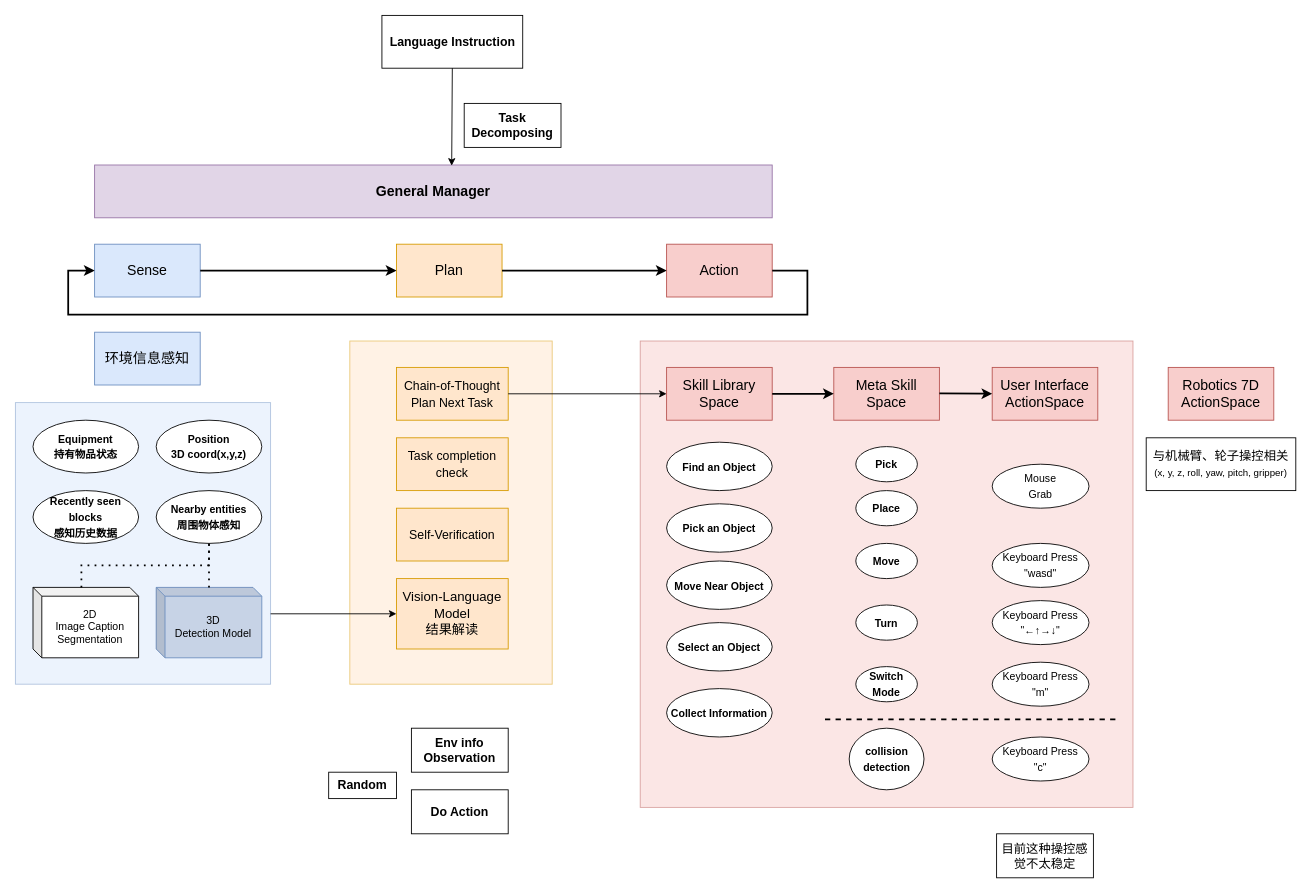
Earlier version of the draw.io diagram assets/PPP-framework.drawio (cpfy/drawio). Source tidied: cells renumbered, new cells numbered last; positions are measured from the earlier drawing's top-left corner, leaving out a move shared by most shapes. Both pictures are drawn from the tidied source at 88%, with x=0, y=0 at pixel (15, 15).
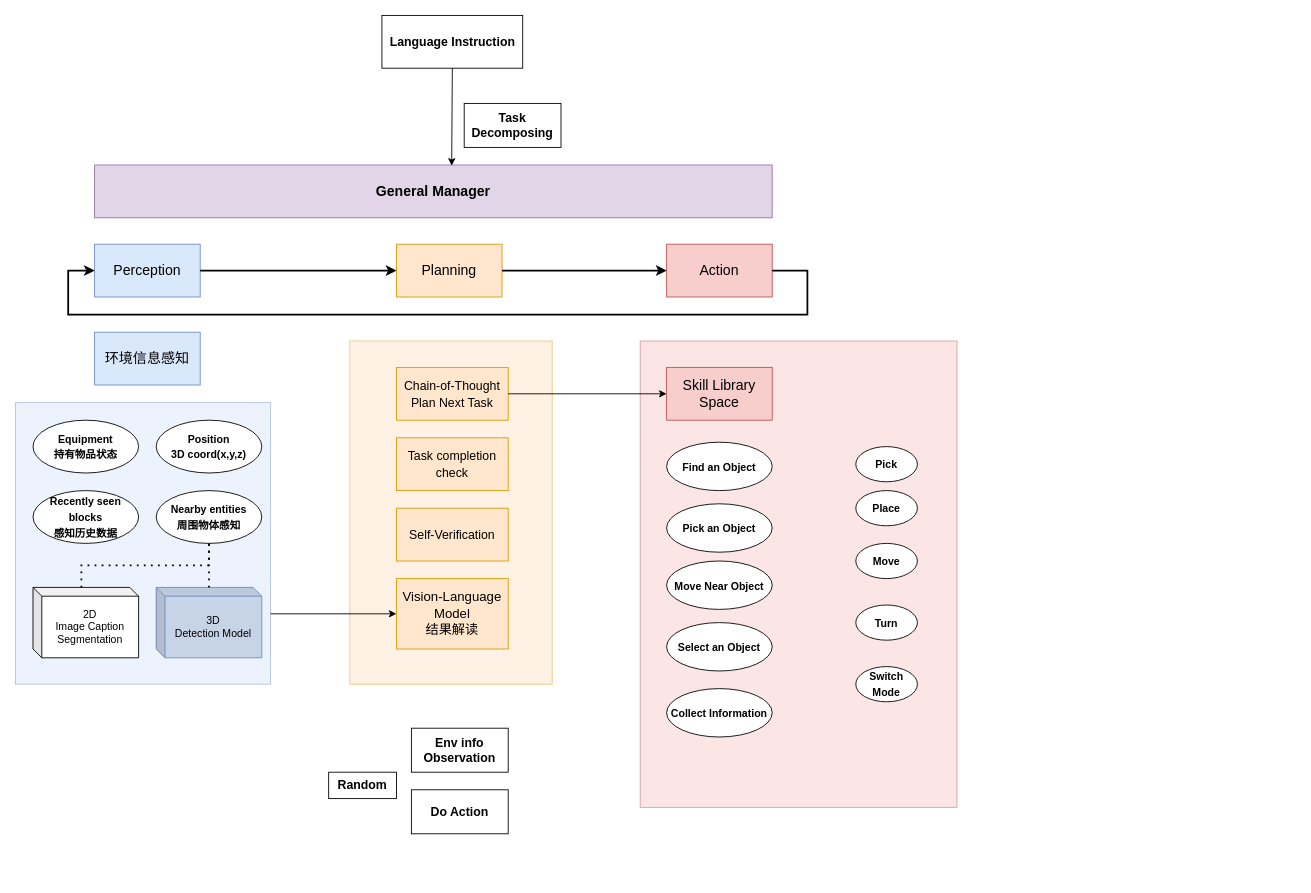
The same page after the edit.

The change refers to these unchanged cells:
```xml
<mxCell id="40" value="&lt;font style=&quot;font-size: 16px;&quot;&gt;Skill Library&lt;br&gt;Space&lt;br&gt;&lt;/font&gt;" style="rounded=0;whiteSpace=wrap;html=1;fillColor=#f8cecc;strokeColor=#b85450;" parent="1" vertex="1">
  <mxGeometry x="740" y="400" width="120" height="60" as="geometry" />
</mxCell>
```

Diff of the diagram source:
```diff
@@
     <mxCell id="2" style="rounded=0;whiteSpace=wrap;html=1;fillColor=#f8cecc;strokeColor=#b85450;opacity=50;" parent="1" vertex="1">
-      <mxGeometry x="710" y="370" width="560" height="530" as="geometry" />
+      <mxGeometry x="710" y="370" width="360" height="530" as="geometry" />
     </mxCell>
@@
-    <mxCell id="5" value="&lt;font style=&quot;font-size: 16px;&quot;&gt;Sense&lt;/font&gt;" style="rounded=0;whiteSpace=wrap;html=1;fillColor=#dae8fc;strokeColor=#6c8ebf;" parent="1" vertex="1">
+    <mxCell id="5" value="&lt;font style=&quot;font-size: 16px;&quot;&gt;Perception&lt;/font&gt;" style="rounded=0;whiteSpace=wrap;html=1;fillColor=#dae8fc;strokeColor=#6c8ebf;" parent="1" vertex="1">
       <mxGeometry x="90" y="260" width="120" height="60" as="geometry" />
     </mxCell>
-    <mxCell id="6" value="&lt;font style=&quot;font-size: 16px;&quot;&gt;Plan&lt;/font&gt;" style="rounded=0;whiteSpace=wrap;html=1;fillColor=#ffe6cc;strokeColor=#d79b00;" parent="1" vertex="1">
+    <mxCell id="6" value="&lt;font style=&quot;font-size: 16px;&quot;&gt;Planning&lt;/font&gt;" style="rounded=0;whiteSpace=wrap;html=1;fillColor=#ffe6cc;strokeColor=#d79b00;" parent="1" vertex="1">
       <mxGeometry x="433" y="260" width="120" height="60" as="geometry" />
     </mxCell>
@@
-    <mxCell id="17" value="&lt;font style=&quot;font-size: 16px;&quot;&gt;User Interface&lt;br&gt;ActionSpace&lt;br&gt;&lt;/font&gt;" style="rounded=0;whiteSpace=wrap;html=1;fillColor=#f8cecc;strokeColor=#b85450;" parent="1" vertex="1">
-      <mxGeometry x="1110" y="400" width="120" height="60" as="geometry" />
-    </mxCell>
-    <mxCell id="18" value="&lt;font style=&quot;font-size: 16px;&quot;&gt;Meta Skill&lt;br&gt;Space&lt;br&gt;&lt;/font&gt;" style="rounded=0;whiteSpace=wrap;html=1;fillColor=#f8cecc;strokeColor=#b85450;" parent="1" vertex="1">
-      <mxGeometry x="930" y="400" width="120" height="60" as="geometry" />
-    </mxCell>
-    <mxCell id="19" style="endArrow=classic;html=1;rounded=0;exitX=1;exitY=0.5;exitDx=0;exitDy=0;strokeWidth=2;entryX=0;entryY=0.5;entryDx=0;entryDy=0;" parent="1" edge="1" target="17">
-      <mxGeometry relative="1" as="geometry">
-        <mxPoint x="1050" y="429.5" as="sourcePoint" />
-      </mxGeometry>
-    </mxCell>
@@
-    <mxCell id="26" value="&lt;font style=&quot;font-size: 16px;&quot;&gt;Robotics 7D&lt;br&gt;ActionSpace&lt;br&gt;&lt;/font&gt;" style="rounded=0;whiteSpace=wrap;html=1;fillColor=#f8cecc;strokeColor=#b85450;" parent="1" vertex="1">
-      <mxGeometry x="1310" y="400" width="120" height="60" as="geometry" />
-    </mxCell>
-    <mxCell id="27" value="&lt;p style=&quot;line-height: 150%;&quot;&gt;&lt;span style=&quot;font-size: 14px;&quot;&gt;与机械臂、轮子操控相关&lt;/span&gt;&lt;br&gt;&lt;font style=&quot;font-size: 11px;&quot;&gt;(x, y, z, roll, yaw, pitch,&amp;nbsp;gripper)&lt;/font&gt;&lt;br&gt;&lt;/p&gt;" style="rounded=0;whiteSpace=wrap;html=1;" parent="1" vertex="1">
-      <mxGeometry x="1285" y="480" width="170" height="60" as="geometry" />
-    </mxCell>
@@
-    <mxCell id="32" value="&lt;div style=&quot;line-height: 150%;&quot;&gt;&lt;div class=&quot;old-record-id-UTOEdsf3Foy1ImxKm3bcTJLcnuc&quot; style=&quot;&quot;&gt;&lt;div&gt;&lt;div class=&quot;old-record-id-ScOXdyL53oE6Iexby0Acvt4xn4d&quot; style=&quot;&quot;&gt;Keyboard Press&lt;/div&gt;&lt;div class=&quot;old-record-id-ScOXdyL53oE6Iexby0Acvt4xn4d&quot; style=&quot;&quot;&gt;&quot;wasd&quot;&lt;/div&gt;&lt;/div&gt;&lt;span class=&quot;lark-record-clipboard&quot; data-lark-record-data=&quot;{&amp;quot;rootId&amp;quot;:&amp;quot;PsQEdelZuojstnxGwMRclEq5nUh&amp;quot;,&amp;quot;text&amp;quot;:{&amp;quot;initialAttributedTexts&amp;quot;:{&amp;quot;text&amp;quot;:{&amp;quot;0&amp;quot;:&amp;quot;Nearby entities&amp;quot;},&amp;quot;attribs&amp;quot;:{&amp;quot;0&amp;quot;:&amp;quot;*0*1*2+f&amp;quot;}},&amp;quot;apool&amp;quot;:{&amp;quot;numToAttrib&amp;quot;:{&amp;quot;0&amp;quot;:[&amp;quot;author&amp;quot;,&amp;quot;7103759906590752771&amp;quot;],&amp;quot;1&amp;quot;:[&amp;quot;bold&amp;quot;,&amp;quot;true&amp;quot;],&amp;quot;2&amp;quot;:[&amp;quot;textHighlightBackground&amp;quot;,&amp;quot;rgba(255,246,122,0.8)&amp;quot;]},&amp;quot;nextNum&amp;quot;:3}},&amp;quot;type&amp;quot;:&amp;quot;text&amp;quot;,&amp;quot;referenceRecordMap&amp;quot;:{},&amp;quot;extra&amp;quot;:{&amp;quot;mention_page_title&amp;quot;:{},&amp;quot;external_mention_url&amp;quot;:{}},&amp;quot;isKeepQuoteContainer&amp;quot;:false,&amp;quot;isFromCode&amp;quot;:false,&amp;quot;selection&amp;quot;:[{&amp;quot;id&amp;quot;:2483,&amp;quot;type&amp;quot;:&amp;quot;text&amp;quot;,&amp;quot;selection&amp;quot;:{&amp;quot;start&amp;quot;:0,&amp;quot;end&amp;quot;:15},&amp;quot;recordId&amp;quot;:&amp;quot;ScOXdyL53oE6Iexby0Acvt4xn4d&amp;quot;}],&amp;quot;payloadMap&amp;quot;:{},&amp;quot;isCut&amp;quot;:false}&quot;&gt;&lt;/span&gt;&lt;/div&gt;&lt;/div&gt;" style="ellipse;whiteSpace=wrap;html=1;" parent="1" vertex="1">
-      <mxGeometry x="1110" y="600" width="110" height="50" as="geometry" />
-    </mxCell>
-    <mxCell id="33" value="&lt;div style=&quot;line-height: 150%;&quot;&gt;&lt;div class=&quot;old-record-id-UTOEdsf3Foy1ImxKm3bcTJLcnuc&quot; style=&quot;&quot;&gt;&lt;div&gt;&lt;div class=&quot;old-record-id-ScOXdyL53oE6Iexby0Acvt4xn4d&quot; style=&quot;&quot;&gt;Keyboard Press&lt;/div&gt;&lt;div class=&quot;old-record-id-ScOXdyL53oE6Iexby0Acvt4xn4d&quot; style=&quot;&quot;&gt;&quot;←↑→↓&quot;&lt;/div&gt;&lt;/div&gt;&lt;span class=&quot;lark-record-clipboard&quot; data-lark-record-data=&quot;{&amp;quot;rootId&amp;quot;:&amp;quot;PsQEdelZuojstnxGwMRclEq5nUh&amp;quot;,&amp;quot;text&amp;quot;:{&amp;quot;initialAttributedTexts&amp;quot;:{&amp;quot;text&amp;quot;:{&amp;quot;0&amp;quot;:&amp;quot;Nearby entities&amp;quot;},&amp;quot;attribs&amp;quot;:{&amp;quot;0&amp;quot;:&amp;quot;*0*1*2+f&amp;quot;}},&amp;quot;apool&amp;quot;:{&amp;quot;numToAttrib&amp;quot;:{&amp;quot;0&amp;quot;:[&amp;quot;author&amp;quot;,&amp;quot;7103759906590752771&amp;quot;],&amp;quot;1&amp;quot;:[&amp;quot;bold&amp;quot;,&amp;quot;true&amp;quot;],&amp;quot;2&amp;quot;:[&amp;quot;textHighlightBackground&amp;quot;,&amp;quot;rgba(255,246,122,0.8)&amp;quot;]},&amp;quot;nextNum&amp;quot;:3}},&amp;quot;type&amp;quot;:&amp;quot;text&amp;quot;,&amp;quot;referenceRecordMap&amp;quot;:{},&amp;quot;extra&amp;quot;:{&amp;quot;mention_page_title&amp;quot;:{},&amp;quot;external_mention_url&amp;quot;:{}},&amp;quot;isKeepQuoteContainer&amp;quot;:false,&amp;quot;isFromCode&amp;quot;:false,&amp;quot;selection&amp;quot;:[{&amp;quot;id&amp;quot;:2483,&amp;quot;type&amp;quot;:&amp;quot;text&amp;quot;,&amp;quot;selection&amp;quot;:{&amp;quot;start&amp;quot;:0,&amp;quot;end&amp;quot;:15},&amp;quot;recordId&amp;quot;:&amp;quot;ScOXdyL53oE6Iexby0Acvt4xn4d&amp;quot;}],&amp;quot;payloadMap&amp;quot;:{},&amp;quot;isCut&amp;quot;:false}&quot;&gt;&lt;/span&gt;&lt;/div&gt;&lt;/div&gt;" style="ellipse;whiteSpace=wrap;html=1;" parent="1" vertex="1">
-      <mxGeometry x="1110" y="665" width="110" height="50" as="geometry" />
-    </mxCell>
-    <mxCell id="34" value="&lt;div style=&quot;line-height: 150%;&quot;&gt;&lt;div class=&quot;old-record-id-UTOEdsf3Foy1ImxKm3bcTJLcnuc&quot; style=&quot;&quot;&gt;&lt;div&gt;&lt;div class=&quot;old-record-id-ScOXdyL53oE6Iexby0Acvt4xn4d&quot; style=&quot;&quot;&gt;Mouse&lt;/div&gt;&lt;div class=&quot;old-record-id-ScOXdyL53oE6Iexby0Acvt4xn4d&quot; style=&quot;&quot;&gt;Grab&lt;/div&gt;&lt;/div&gt;&lt;span class=&quot;lark-record-clipboard&quot; data-lark-record-data=&quot;{&amp;quot;rootId&amp;quot;:&amp;quot;PsQEdelZuojstnxGwMRclEq5nUh&amp;quot;,&amp;quot;text&amp;quot;:{&amp;quot;initialAttributedTexts&amp;quot;:{&amp;quot;text&amp;quot;:{&amp;quot;0&amp;quot;:&amp;quot;Nearby entities&amp;quot;},&amp;quot;attribs&amp;quot;:{&amp;quot;0&amp;quot;:&amp;quot;*0*1*2+f&amp;quot;}},&amp;quot;apool&amp;quot;:{&amp;quot;numToAttrib&amp;quot;:{&amp;quot;0&amp;quot;:[&amp;quot;author&amp;quot;,&amp;quot;7103759906590752771&amp;quot;],&amp;quot;1&amp;quot;:[&amp;quot;bold&amp;quot;,&amp;quot;true&amp;quot;],&amp;quot;2&amp;quot;:[&amp;quot;textHighlightBackground&amp;quot;,&amp;quot;rgba(255,246,122,0.8)&amp;quot;]},&amp;quot;nextNum&amp;quot;:3}},&amp;quot;type&amp;quot;:&amp;quot;text&amp;quot;,&amp;quot;referenceRecordMap&amp;quot;:{},&amp;quot;extra&amp;quot;:{&amp;quot;mention_page_title&amp;quot;:{},&amp;quot;external_mention_url&amp;quot;:{}},&amp;quot;isKeepQuoteContainer&amp;quot;:false,&amp;quot;isFromCode&amp;quot;:false,&amp;quot;selection&amp;quot;:[{&amp;quot;id&amp;quot;:2483,&amp;quot;type&amp;quot;:&amp;quot;text&amp;quot;,&amp;quot;selection&amp;quot;:{&amp;quot;start&amp;quot;:0,&amp;quot;end&amp;quot;:15},&amp;quot;recordId&amp;quot;:&amp;quot;ScOXdyL53oE6Iexby0Acvt4xn4d&amp;quot;}],&amp;quot;payloadMap&amp;quot;:{},&amp;quot;isCut&amp;quot;:false}&quot;&gt;&lt;/span&gt;&lt;/div&gt;&lt;/div&gt;" style="ellipse;whiteSpace=wrap;html=1;" parent="1" vertex="1">
-      <mxGeometry x="1110" y="510" width="110" height="50" as="geometry" />
-    </mxCell>
-    <mxCell id="35" value="&lt;div style=&quot;line-height: 150%;&quot;&gt;&lt;div class=&quot;old-record-id-UTOEdsf3Foy1ImxKm3bcTJLcnuc&quot; style=&quot;&quot;&gt;&lt;div&gt;&lt;div class=&quot;old-record-id-ScOXdyL53oE6Iexby0Acvt4xn4d&quot; style=&quot;&quot;&gt;Keyboard Press&lt;/div&gt;&lt;div class=&quot;old-record-id-ScOXdyL53oE6Iexby0Acvt4xn4d&quot; style=&quot;&quot;&gt;&quot;c&quot;&lt;/div&gt;&lt;/div&gt;&lt;span class=&quot;lark-record-clipboard&quot; data-lark-record-data=&quot;{&amp;quot;rootId&amp;quot;:&amp;quot;PsQEdelZuojstnxGwMRclEq5nUh&amp;quot;,&amp;quot;text&amp;quot;:{&amp;quot;initialAttributedTexts&amp;quot;:{&amp;quot;text&amp;quot;:{&amp;quot;0&amp;quot;:&amp;quot;Nearby entities&amp;quot;},&amp;quot;attribs&amp;quot;:{&amp;quot;0&amp;quot;:&amp;quot;*0*1*2+f&amp;quot;}},&amp;quot;apool&amp;quot;:{&amp;quot;numToAttrib&amp;quot;:{&amp;quot;0&amp;quot;:[&amp;quot;author&amp;quot;,&amp;quot;7103759906590752771&amp;quot;],&amp;quot;1&amp;quot;:[&amp;quot;bold&amp;quot;,&amp;quot;true&amp;quot;],&amp;quot;2&amp;quot;:[&amp;quot;textHighlightBackground&amp;quot;,&amp;quot;rgba(255,246,122,0.8)&amp;quot;]},&amp;quot;nextNum&amp;quot;:3}},&amp;quot;type&amp;quot;:&amp;quot;text&amp;quot;,&amp;quot;referenceRecordMap&amp;quot;:{},&amp;quot;extra&amp;quot;:{&amp;quot;mention_page_title&amp;quot;:{},&amp;quot;external_mention_url&amp;quot;:{}},&amp;quot;isKeepQuoteContainer&amp;quot;:false,&amp;quot;isFromCode&amp;quot;:false,&amp;quot;selection&amp;quot;:[{&amp;quot;id&amp;quot;:2483,&amp;quot;type&amp;quot;:&amp;quot;text&amp;quot;,&amp;quot;selection&amp;quot;:{&amp;quot;start&amp;quot;:0,&amp;quot;end&amp;quot;:15},&amp;quot;recordId&amp;quot;:&amp;quot;ScOXdyL53oE6Iexby0Acvt4xn4d&amp;quot;}],&amp;quot;payloadMap&amp;quot;:{},&amp;quot;isCut&amp;quot;:false}&quot;&gt;&lt;/span&gt;&lt;/div&gt;&lt;/div&gt;" style="ellipse;whiteSpace=wrap;html=1;" parent="1" vertex="1">
-      <mxGeometry x="1110" y="820" width="110" height="50" as="geometry" />
-    </mxCell>
-    <mxCell id="36" value="&lt;div style=&quot;line-height: 150%;&quot;&gt;&lt;div class=&quot;old-record-id-UTOEdsf3Foy1ImxKm3bcTJLcnuc&quot; style=&quot;&quot;&gt;&lt;div&gt;&lt;div class=&quot;old-record-id-ScOXdyL53oE6Iexby0Acvt4xn4d&quot; style=&quot;&quot;&gt;&lt;b&gt;collision&lt;/b&gt;&lt;/div&gt;&lt;div class=&quot;old-record-id-ScOXdyL53oE6Iexby0Acvt4xn4d&quot; style=&quot;&quot;&gt;&lt;b&gt;detection&lt;/b&gt;&lt;/div&gt;&lt;/div&gt;&lt;span class=&quot;lark-record-clipboard&quot; data-lark-record-data=&quot;{&amp;quot;rootId&amp;quot;:&amp;quot;PsQEdelZuojstnxGwMRclEq5nUh&amp;quot;,&amp;quot;text&amp;quot;:{&amp;quot;initialAttributedTexts&amp;quot;:{&amp;quot;text&amp;quot;:{&amp;quot;0&amp;quot;:&amp;quot;Nearby entities&amp;quot;},&amp;quot;attribs&amp;quot;:{&amp;quot;0&amp;quot;:&amp;quot;*0*1*2+f&amp;quot;}},&amp;quot;apool&amp;quot;:{&amp;quot;numToAttrib&amp;quot;:{&amp;quot;0&amp;quot;:[&amp;quot;author&amp;quot;,&amp;quot;7103759906590752771&amp;quot;],&amp;quot;1&amp;quot;:[&amp;quot;bold&amp;quot;,&amp;quot;true&amp;quot;],&amp;quot;2&amp;quot;:[&amp;quot;textHighlightBackground&amp;quot;,&amp;quot;rgba(255,246,122,0.8)&amp;quot;]},&amp;quot;nextNum&amp;quot;:3}},&amp;quot;type&amp;quot;:&amp;quot;text&amp;quot;,&amp;quot;referenceRecordMap&amp;quot;:{},&amp;quot;extra&amp;quot;:{&amp;quot;mention_page_title&amp;quot;:{},&amp;quot;external_mention_url&amp;quot;:{}},&amp;quot;isKeepQuoteContainer&amp;quot;:false,&amp;quot;isFromCode&amp;quot;:false,&amp;quot;selection&amp;quot;:[{&amp;quot;id&amp;quot;:2483,&amp;quot;type&amp;quot;:&amp;quot;text&amp;quot;,&amp;quot;selection&amp;quot;:{&amp;quot;start&amp;quot;:0,&amp;quot;end&amp;quot;:15},&amp;quot;recordId&amp;quot;:&amp;quot;ScOXdyL53oE6Iexby0Acvt4xn4d&amp;quot;}],&amp;quot;payloadMap&amp;quot;:{},&amp;quot;isCut&amp;quot;:false}&quot;&gt;&lt;/span&gt;&lt;/div&gt;&lt;/div&gt;" style="ellipse;whiteSpace=wrap;html=1;" parent="1" vertex="1">
-      <mxGeometry x="947.5" y="810" width="85" height="70" as="geometry" />
-    </mxCell>
@@
-    <mxCell id="38" value="&lt;div style=&quot;line-height: 150%;&quot;&gt;&lt;div class=&quot;old-record-id-UTOEdsf3Foy1ImxKm3bcTJLcnuc&quot; style=&quot;&quot;&gt;&lt;div&gt;&lt;div class=&quot;old-record-id-ScOXdyL53oE6Iexby0Acvt4xn4d&quot; style=&quot;&quot;&gt;Keyboard Press&lt;/div&gt;&lt;div class=&quot;old-record-id-ScOXdyL53oE6Iexby0Acvt4xn4d&quot; style=&quot;&quot;&gt;&quot;m&quot;&lt;/div&gt;&lt;/div&gt;&lt;span class=&quot;lark-record-clipboard&quot; data-lark-record-data=&quot;{&amp;quot;rootId&amp;quot;:&amp;quot;PsQEdelZuojstnxGwMRclEq5nUh&amp;quot;,&amp;quot;text&amp;quot;:{&amp;quot;initialAttributedTexts&amp;quot;:{&amp;quot;text&amp;quot;:{&amp;quot;0&amp;quot;:&amp;quot;Nearby entities&amp;quot;},&amp;quot;attribs&amp;quot;:{&amp;quot;0&amp;quot;:&amp;quot;*0*1*2+f&amp;quot;}},&amp;quot;apool&amp;quot;:{&amp;quot;numToAttrib&amp;quot;:{&amp;quot;0&amp;quot;:[&amp;quot;author&amp;quot;,&amp;quot;7103759906590752771&amp;quot;],&amp;quot;1&amp;quot;:[&amp;quot;bold&amp;quot;,&amp;quot;true&amp;quot;],&amp;quot;2&amp;quot;:[&amp;quot;textHighlightBackground&amp;quot;,&amp;quot;rgba(255,246,122,0.8)&amp;quot;]},&amp;quot;nextNum&amp;quot;:3}},&amp;quot;type&amp;quot;:&amp;quot;text&amp;quot;,&amp;quot;referenceRecordMap&amp;quot;:{},&amp;quot;extra&amp;quot;:{&amp;quot;mention_page_title&amp;quot;:{},&amp;quot;external_mention_url&amp;quot;:{}},&amp;quot;isKeepQuoteContainer&amp;quot;:false,&amp;quot;isFromCode&amp;quot;:false,&amp;quot;selection&amp;quot;:[{&amp;quot;id&amp;quot;:2483,&amp;quot;type&amp;quot;:&amp;quot;text&amp;quot;,&amp;quot;selection&amp;quot;:{&amp;quot;start&amp;quot;:0,&amp;quot;end&amp;quot;:15},&amp;quot;recordId&amp;quot;:&amp;quot;ScOXdyL53oE6Iexby0Acvt4xn4d&amp;quot;}],&amp;quot;payloadMap&amp;quot;:{},&amp;quot;isCut&amp;quot;:false}&quot;&gt;&lt;/span&gt;&lt;/div&gt;&lt;/div&gt;" style="ellipse;whiteSpace=wrap;html=1;" parent="1" vertex="1">
-      <mxGeometry x="1110" y="735" width="110" height="50" as="geometry" />
-    </mxCell>
-    <mxCell id="39" style="endArrow=none;dashed=1;html=1;strokeWidth=2;rounded=0;" parent="1" edge="1">
-      <mxGeometry relative="1" as="geometry">
-        <mxPoint x="920" y="800" as="sourcePoint" />
-        <mxPoint x="1250" y="800" as="targetPoint" />
-      </mxGeometry>
-    </mxCell>
@@
-    <mxCell id="41" style="endArrow=classic;html=1;rounded=0;exitX=1;exitY=0.5;exitDx=0;exitDy=0;strokeWidth=2;entryX=0;entryY=0.5;entryDx=0;entryDy=0;" parent="1" edge="1" source="40" target="18">
-      <mxGeometry relative="1" as="geometry" />
-    </mxCell>
@@
-    <mxCell id="57" value="&lt;font style=&quot;font-size: 14px;&quot;&gt;目前这种操控感觉不太稳定&lt;br&gt;&lt;/font&gt;" style="rounded=0;whiteSpace=wrap;html=1;" parent="1" vertex="1">
-      <mxGeometry x="1115" y="930" width="110" height="50" as="geometry" />
-    </mxCell>
```
